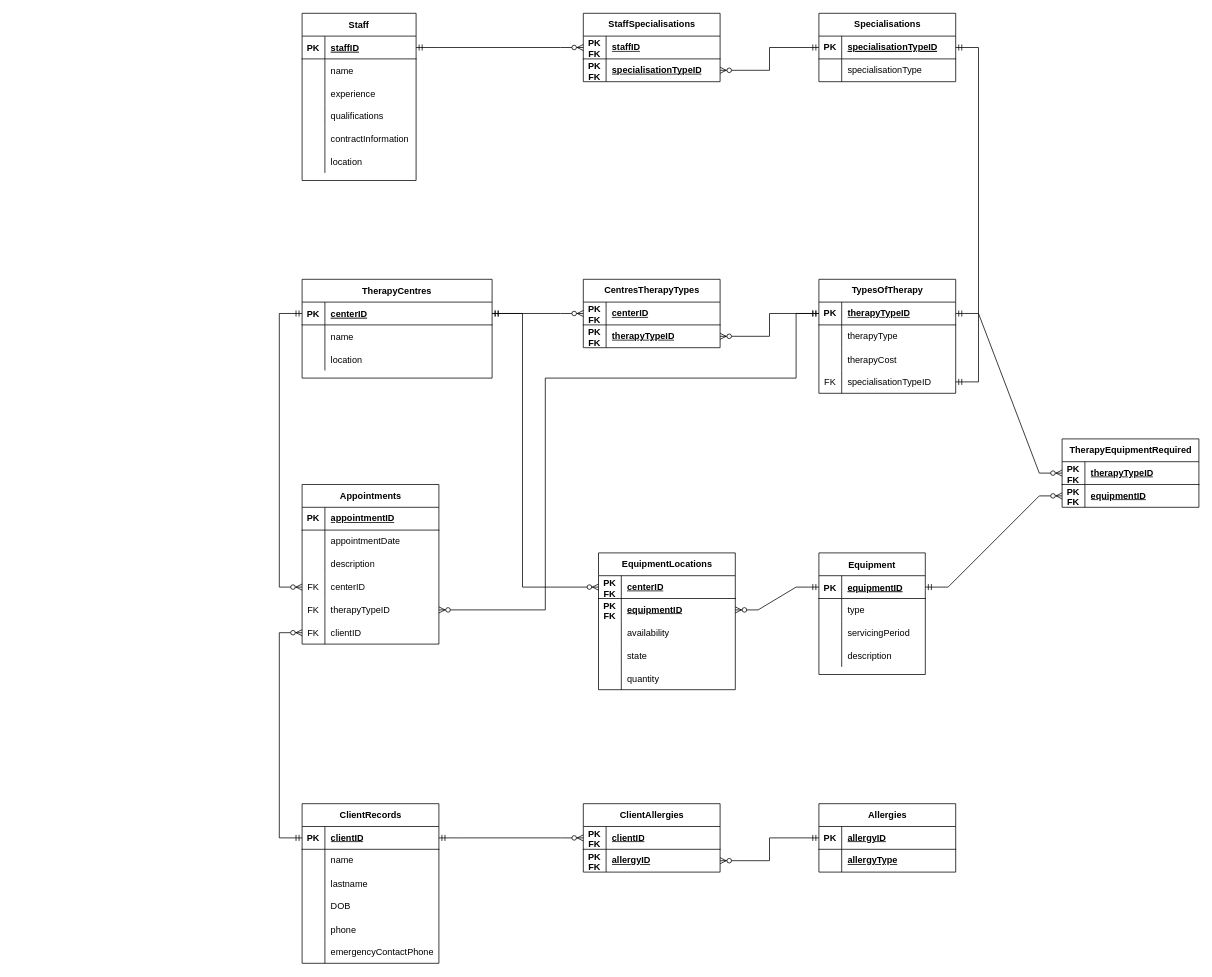
The draw.io diagram Assignment3A.drawio in GreenFella/databaseclass, before the edit. Source tidied: cells renumbered, new cells numbered last; positions are measured from the earlier drawing's top-left corner, leaving out a move shared by most shapes. Both pictures are drawn from the tidied source at 76%, with x=0, y=0 at pixel (279, 13).
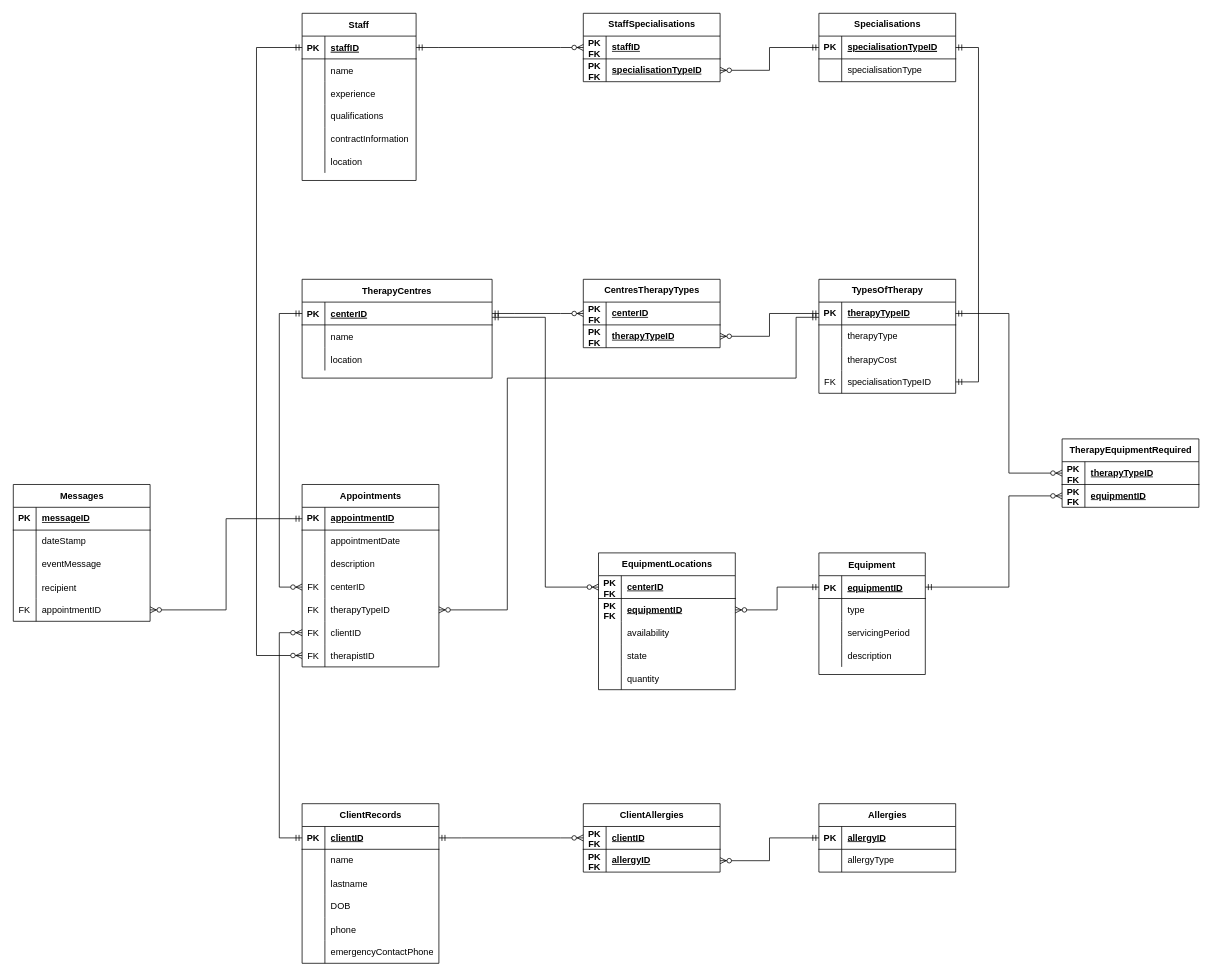
Above is the later version.

Unchanged cells that the change refers to:
```xml
<mxCell id="3" style="shape=partialRectangle;fillColor=none;points=[[0,0.5],[1,0.5]];portConstraint=eastwest;top=0;left=0;right=0;bottom=1;" parent="2" vertex="1">
  <mxGeometry y="30" width="250" height="30" as="geometry" />
</mxCell>
<mxCell id="13" style="shape=partialRectangle;fillColor=none;points=[[0,0.5],[1,0.5]];portConstraint=eastwest;top=0;left=0;right=0;bottom=1;" parent="12" vertex="1">
  <mxGeometry y="30" width="140" height="30" as="geometry" />
</mxCell>
<mxCell id="26" style="shape=partialRectangle;fillColor=none;points=[[0,0.5],[1,0.5]];portConstraint=eastwest;top=0;left=0;right=0;bottom=1;" parent="25" vertex="1">
  <mxGeometry y="30" width="150" height="30" as="geometry" />
</mxCell>
<mxCell id="45" style="shape=tableRow;horizontal=0;startSize=0;swimlaneHead=0;swimlaneBody=0;fillColor=none;points=[[0,0.5],[1,0.5]];portConstraint=eastwest;top=0;left=0;right=0;bottom=1;" parent="44" vertex="1">
  <mxGeometry y="30" width="180" height="30" as="geometry" />
</mxCell>
<mxCell id="77" style="shape=tableRow;horizontal=0;startSize=0;swimlaneHead=0;swimlaneBody=0;fillColor=none;points=[[0,0.5],[1,0.5]];portConstraint=eastwest;top=0;left=0;right=0;bottom=1;" parent="76" vertex="1">
  <mxGeometry y="30" width="180" height="30" as="geometry" />
</mxCell>
<mxCell id="89" style="shape=tableRow;horizontal=0;startSize=0;swimlaneHead=0;swimlaneBody=0;fillColor=none;points=[[0,0.5],[1,0.5]];portConstraint=eastwest;top=0;left=0;right=0;bottom=0;" parent="76" vertex="1">
  <mxGeometry y="150" width="180" height="30" as="geometry" />
</mxCell>
<mxCell id="134" style="shape=tableRow;horizontal=0;startSize=0;swimlaneHead=0;swimlaneBody=0;fillColor=none;top=0;left=0;right=0;bottom=0;" parent="130" vertex="1">
  <mxGeometry y="60" width="180" height="30" as="geometry" />
</mxCell>
<mxCell id="140" style="shape=tableRow;horizontal=0;startSize=0;swimlaneHead=0;swimlaneBody=0;fillColor=none;points=[[0,0.5],[1,0.5]];portConstraint=eastwest;top=0;left=0;right=0;bottom=1;" parent="139" vertex="1">
  <mxGeometry y="30" width="180" height="30" as="geometry" />
</mxCell>
<mxCell id="143" style="shape=tableRow;horizontal=0;startSize=0;swimlaneHead=0;swimlaneBody=0;fillColor=none;points=[[0,0.5],[1,0.5]];portConstraint=eastwest;top=0;left=0;right=0;bottom=0;" parent="139" vertex="1">
  <mxGeometry y="60" width="180" height="30" as="geometry" />
</mxCell>
<mxCell id="151" style="shape=tableRow;horizontal=0;startSize=0;swimlaneHead=0;swimlaneBody=0;fillColor=none;points=[[0,0.5],[1,0.5]];portConstraint=eastwest;top=0;left=0;right=0;bottom=1;" parent="150" vertex="1">
  <mxGeometry y="30" width="180" height="30" as="geometry" />
</mxCell>
<mxCell id="154" style="shape=tableRow;horizontal=0;startSize=0;swimlaneHead=0;swimlaneBody=0;fillColor=none;points=[[0,0.5],[1,0.5]];portConstraint=eastwest;top=0;left=0;right=0;bottom=0;" parent="150" vertex="1">
  <mxGeometry y="60" width="180" height="30" as="geometry" />
</mxCell>
```

What changed in the source:
```diff
@@
     <mxCell id="76" value="Appointments" style="shape=table;startSize=30;childLayout=tableLayout;rowLines=0;fontStyle=1;align=center;html=1;" parent="1" vertex="1">
-      <mxGeometry x="30" y="620" width="180" height="210" as="geometry" />
+      <mxGeometry x="30" y="620" width="180" height="240" as="geometry" />
     </mxCell>
@@
+    <mxCell id="168" style="shape=tableRow;horizontal=0;startSize=0;swimlaneHead=0;swimlaneBody=0;fillColor=none;points=[[0,0.5],[1,0.5]];portConstraint=eastwest;top=0;left=0;right=0;bottom=0;" parent="76" vertex="1">
+      <mxGeometry y="210" width="180" height="30" as="geometry" />
+    </mxCell>
+    <mxCell id="169" value="FK" style="shape=partialRectangle;fillColor=none;top=0;left=0;bottom=0;right=0;overflow=hidden;" parent="168" vertex="1">
+      <mxGeometry width="30" height="30" as="geometry" />
+    </mxCell>
+    <mxCell id="170" value="therapistID" style="shape=partialRectangle;fillColor=none;top=0;left=0;bottom=0;right=0;align=left;spacingLeft=6;overflow=hidden;" parent="168" vertex="1">
+      <mxGeometry x="30" width="150" height="30" as="geometry" />
+    </mxCell>
@@
-    <mxCell id="136" value="&lt;u&gt;&lt;b&gt;allergyType&lt;/b&gt;&lt;/u&gt;" style="shape=partialRectangle;fillColor=none;top=0;left=0;bottom=0;right=0;align=left;spacingLeft=6;overflow=hidden;whiteSpace=wrap;html=1;" parent="134" vertex="1">
+    <mxCell id="136" value="allergyType" style="shape=partialRectangle;fillColor=none;top=0;left=0;bottom=0;right=0;align=left;spacingLeft=6;overflow=hidden;whiteSpace=wrap;html=1;" parent="134" vertex="1">
       <mxGeometry x="30" width="150" height="30" as="geometry" />
     </mxCell>
@@
-    <mxCell id="146" style="edgeStyle=entityRelationEdgeStyle;fontSize=12;html=1;endArrow=ERzeroToMany;startArrow=ERmandOne;rounded=0;" parent="1" edge="1" source="13" target="143">
-      <mxGeometry relative="1" as="geometry" />
+    <mxCell id="146" style="edgeStyle=orthogonalEdgeStyle;fontSize=12;html=1;endArrow=ERzeroToMany;startArrow=ERmandOne;rounded=0;" parent="1" edge="1" source="13" target="143">
+      <mxGeometry relative="1" as="geometry">
+        <Array as="points">
+          <mxPoint x="960" y="755" />
+          <mxPoint x="960" y="635" />
+        </Array>
+      </mxGeometry>
     </mxCell>
-    <mxCell id="147" style="edgeStyle=entityRelationEdgeStyle;fontSize=12;html=1;endArrow=ERzeroToMany;startArrow=ERmandOne;rounded=0;" parent="1" edge="1" source="45" target="140">
+    <mxCell id="147" style="edgeStyle=orthogonalEdgeStyle;fontSize=12;html=1;endArrow=ERzeroToMany;startArrow=ERmandOne;rounded=0;" parent="1" edge="1" source="45" target="140">
       <mxGeometry relative="1" as="geometry" />
     </mxCell>
@@
-    <mxCell id="149" style="edgeStyle=orthogonalEdgeStyle;fontSize=12;html=1;endArrow=ERzeroToMany;startArrow=ERmandOne;rounded=0;entryX=1;entryY=0.5;entryDx=0;entryDy=0;exitX=0;exitY=0.5;exitDx=0;exitDy=0;" parent="1" edge="1" source="45" target="89">
+    <mxCell id="149" style="edgeStyle=orthogonalEdgeStyle;fontSize=12;html=1;endArrow=ERzeroToMany;startArrow=ERmandOne;rounded=0;entryX=1;entryY=0.5;entryDx=0;entryDy=0;" parent="1" edge="1" source="45" target="89">
       <mxGeometry relative="1" as="geometry">
         <Array as="points">
-          <mxPoint x="680" y="395" />
+          <mxPoint x="680" y="400" />
           <mxPoint x="680" y="480" />
-          <mxPoint x="350" y="480" />
-          <mxPoint x="350" y="785" />
+          <mxPoint x="300" y="480" />
+          <mxPoint x="300" y="785" />
         </Array>
       </mxGeometry>
     </mxCell>
@@
     <mxCell id="166" style="edgeStyle=orthogonalEdgeStyle;fontSize=12;html=1;endArrow=ERzeroToMany;startArrow=ERmandOne;rounded=0;" parent="1" edge="1" source="3" target="151">
       <mxGeometry relative="1" as="geometry">
         <Array as="points">
-          <mxPoint x="320" y="395" />
-          <mxPoint x="320" y="755" />
+          <mxPoint x="350" y="400" />
+          <mxPoint x="350" y="755" />
         </Array>
       </mxGeometry>
     </mxCell>
-    <mxCell id="167" style="edgeStyle=entityRelationEdgeStyle;fontSize=12;html=1;endArrow=ERzeroToMany;startArrow=ERmandOne;rounded=0;" parent="1" edge="1" source="13" target="154">
+    <mxCell id="167" style="edgeStyle=orthogonalEdgeStyle;fontSize=12;html=1;endArrow=ERzeroToMany;startArrow=ERmandOne;rounded=0;" parent="1" edge="1" source="13" target="154">
       <mxGeometry relative="1" as="geometry" />
     </mxCell>
+    <mxCell id="171" value="Messages" style="shape=table;startSize=30;childLayout=tableLayout;rowLines=0;fontStyle=1;align=center;html=1;" parent="1" vertex="1">
+      <mxGeometry x="-350" y="620" width="180" height="180" as="geometry" />
+    </mxCell>
+    <mxCell id="172" style="shape=tableRow;horizontal=0;startSize=0;swimlaneHead=0;swimlaneBody=0;fillColor=none;top=0;left=0;right=0;bottom=1;" parent="171" vertex="1">
+      <mxGeometry y="30" width="180" height="30" as="geometry" />
+    </mxCell>
+    <mxCell id="173" value="PK" style="shape=partialRectangle;fillColor=none;top=0;left=0;bottom=0;right=0;fontStyle=1;overflow=hidden;whiteSpace=wrap;html=1;" parent="172" vertex="1">
+      <mxGeometry width="30" height="30" as="geometry" />
+    </mxCell>
+    <mxCell id="174" value="messageID" style="shape=partialRectangle;fillColor=none;top=0;left=0;bottom=0;right=0;align=left;spacingLeft=6;fontStyle=5;overflow=hidden;whiteSpace=wrap;html=1;" parent="172" vertex="1">
+      <mxGeometry x="30" width="150" height="30" as="geometry" />
+    </mxCell>
+    <mxCell id="175" style="shape=tableRow;horizontal=0;startSize=0;swimlaneHead=0;swimlaneBody=0;fillColor=none;top=0;left=0;right=0;bottom=0;" parent="171" vertex="1">
+      <mxGeometry y="60" width="180" height="30" as="geometry" />
+    </mxCell>
+    <mxCell id="176" style="shape=partialRectangle;fillColor=none;top=0;left=0;bottom=0;right=0;overflow=hidden;whiteSpace=wrap;html=1;" parent="175" vertex="1">
+      <mxGeometry width="30" height="30" as="geometry" />
+    </mxCell>
+    <mxCell id="177" value="dateStamp" style="shape=partialRectangle;fillColor=none;top=0;left=0;bottom=0;right=0;align=left;spacingLeft=6;overflow=hidden;whiteSpace=wrap;html=1;" parent="175" vertex="1">
+      <mxGeometry x="30" width="150" height="30" as="geometry" />
+    </mxCell>
+    <mxCell id="178" style="shape=tableRow;horizontal=0;startSize=0;swimlaneHead=0;swimlaneBody=0;fillColor=none;top=0;left=0;right=0;bottom=0;" parent="171" vertex="1">
+      <mxGeometry y="90" width="180" height="30" as="geometry" />
+    </mxCell>
+    <mxCell id="179" style="shape=partialRectangle;fillColor=none;top=0;left=0;bottom=0;right=0;overflow=hidden;whiteSpace=wrap;html=1;" parent="178" vertex="1">
+      <mxGeometry width="30" height="30" as="geometry" />
+    </mxCell>
+    <mxCell id="180" value="eventMessage" style="shape=partialRectangle;fillColor=none;top=0;left=0;bottom=0;right=0;align=left;spacingLeft=6;overflow=hidden;whiteSpace=wrap;html=1;" parent="178" vertex="1">
+      <mxGeometry x="30" width="150" height="30" as="geometry" />
+    </mxCell>
+    <mxCell id="181" style="shape=tableRow;horizontal=0;startSize=0;swimlaneHead=0;swimlaneBody=0;fillColor=none;top=0;left=0;right=0;bottom=0;" parent="171" vertex="1">
+      <mxGeometry y="120" width="180" height="30" as="geometry" />
+    </mxCell>
+    <mxCell id="182" style="shape=partialRectangle;fillColor=none;top=0;left=0;bottom=0;right=0;overflow=hidden;" parent="181" vertex="1">
+      <mxGeometry width="30" height="30" as="geometry" />
+    </mxCell>
+    <mxCell id="183" value="recipient" style="shape=partialRectangle;fillColor=none;top=0;left=0;bottom=0;right=0;align=left;spacingLeft=6;overflow=hidden;" parent="181" vertex="1">
+      <mxGeometry x="30" width="150" height="30" as="geometry" />
+    </mxCell>
+    <mxCell id="184" style="shape=tableRow;horizontal=0;startSize=0;swimlaneHead=0;swimlaneBody=0;fillColor=none;points=[[0,0.5],[1,0.5]];portConstraint=eastwest;top=0;left=0;right=0;bottom=0;" parent="171" vertex="1">
+      <mxGeometry y="150" width="180" height="30" as="geometry" />
+    </mxCell>
+    <mxCell id="185" value="FK" style="shape=partialRectangle;fillColor=none;top=0;left=0;bottom=0;right=0;overflow=hidden;whiteSpace=wrap;html=1;" parent="184" vertex="1">
+      <mxGeometry width="30" height="30" as="geometry" />
+    </mxCell>
+    <mxCell id="186" value="appointmentID" style="shape=partialRectangle;fillColor=none;top=0;left=0;bottom=0;right=0;align=left;spacingLeft=6;overflow=hidden;whiteSpace=wrap;html=1;" parent="184" vertex="1">
+      <mxGeometry x="30" width="150" height="30" as="geometry" />
+    </mxCell>
+    <mxCell id="187" style="edgeStyle=orthogonalEdgeStyle;fontSize=12;html=1;endArrow=ERzeroToMany;startArrow=ERmandOne;rounded=0;" parent="1" edge="1" source="77" target="184">
+      <mxGeometry relative="1" as="geometry" />
+    </mxCell>
+    <mxCell id="188" style="edgeStyle=orthogonalEdgeStyle;fontSize=12;html=1;endArrow=ERzeroToMany;startArrow=ERmandOne;rounded=0;" parent="1" edge="1" source="26" target="168">
+      <mxGeometry relative="1" as="geometry">
+        <Array as="points">
+          <mxPoint x="-30" y="45" />
+          <mxPoint x="-30" y="845" />
+        </Array>
+      </mxGeometry>
+    </mxCell>
```
